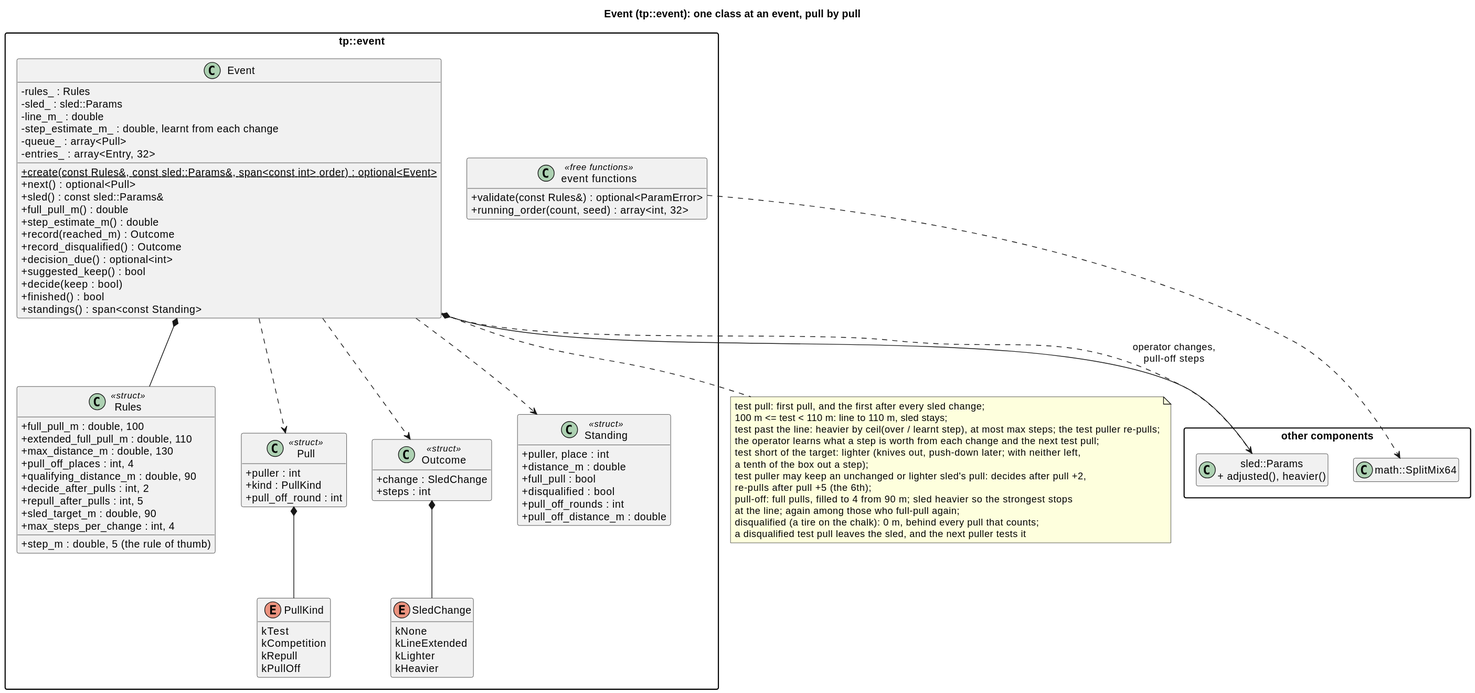
Earlier version of the PlantUML export docs/diagrams/svg/event_classes.svg (wversteeg/TractorPulling).
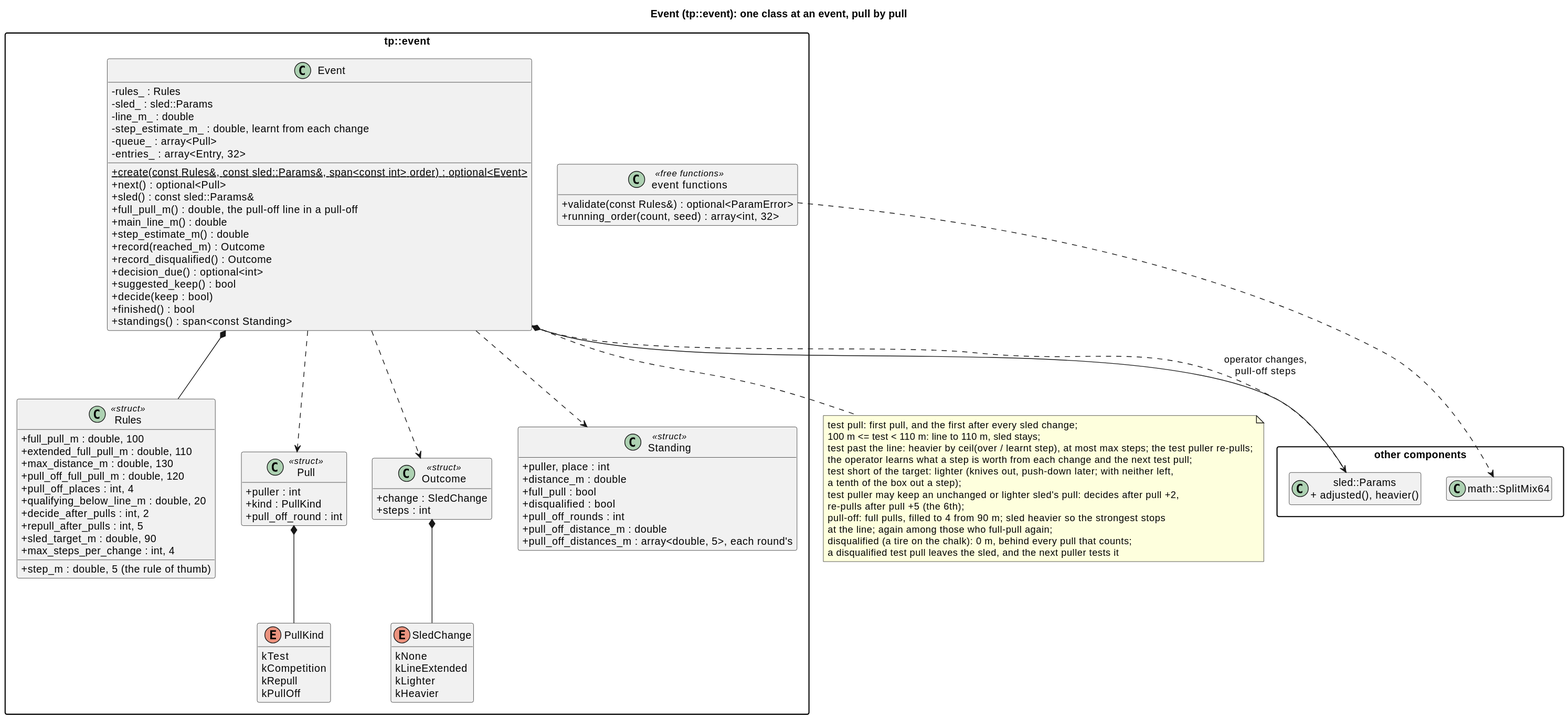
After the commit.

The edit, as a diff of the source:
```diff
@@ -14,8 +14,9 @@
     +full_pull_m : double, 100
     +extended_full_pull_m : double, 110
     +max_distance_m : double, 130
+    +pull_off_full_pull_m : double, 120
     +pull_off_places : int, 4
-    +qualifying_distance_m : double, 90
+    +qualifying_below_line_m : double, 20
     +decide_after_pulls : int, 2
     +repull_after_pulls : int, 5
     +sled_target_m : double, 90
@@ -50,6 +51,7 @@
     +disqualified : bool
     +pull_off_rounds : int
     +pull_off_distance_m : double
+    +pull_off_distances_m : array<double, 5>, each round's
   }
   class Event {
     -rules_ : Rules
@@ -61,7 +63,8 @@
     +{static} create(const Rules&, const sled::Params&, span<const int> order) : optional<Event>
     +next() : optional<Pull>
     +sled() : const sled::Params&
-    +full_pull_m() : double
+    +full_pull_m() : double, the pull-off line in a pull-off
+    +main_line_m() : double
     +step_estimate_m() : double
     +record(reached_m) : Outcome
     +record_disqualified() : Outcome
```
